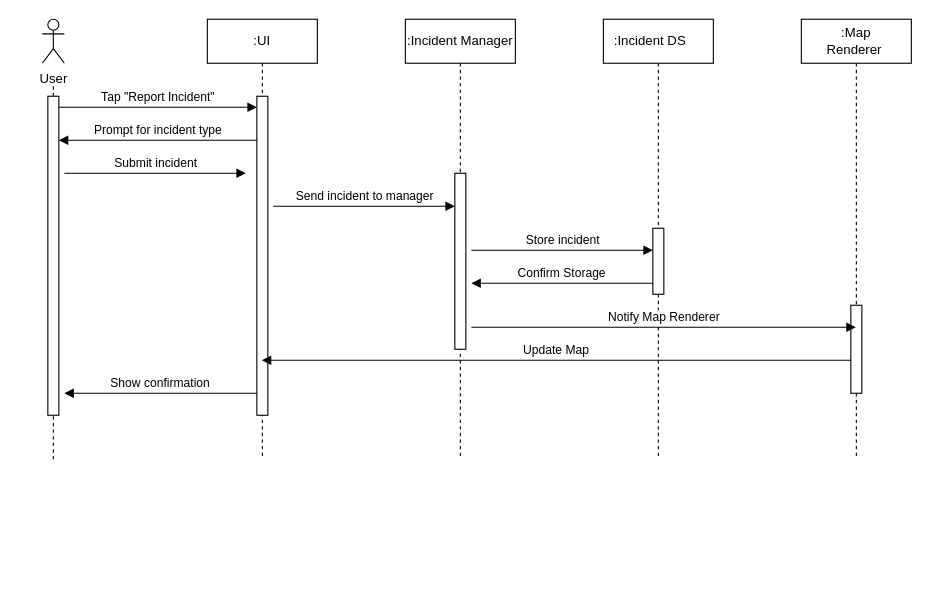
Earlier version of the draw.io diagram Diagrams/Sequence Diagrams/Félix/User-Reported Incidents.drawio (luislamy/msp). Source tidied: cells renumbered, new cells numbered last; positions are measured from the earlier drawing's top-left corner, leaving out a move shared by most shapes. Both pictures are drawn from the tidied source at 110%, with x=0, y=0 at pixel (42, 19).
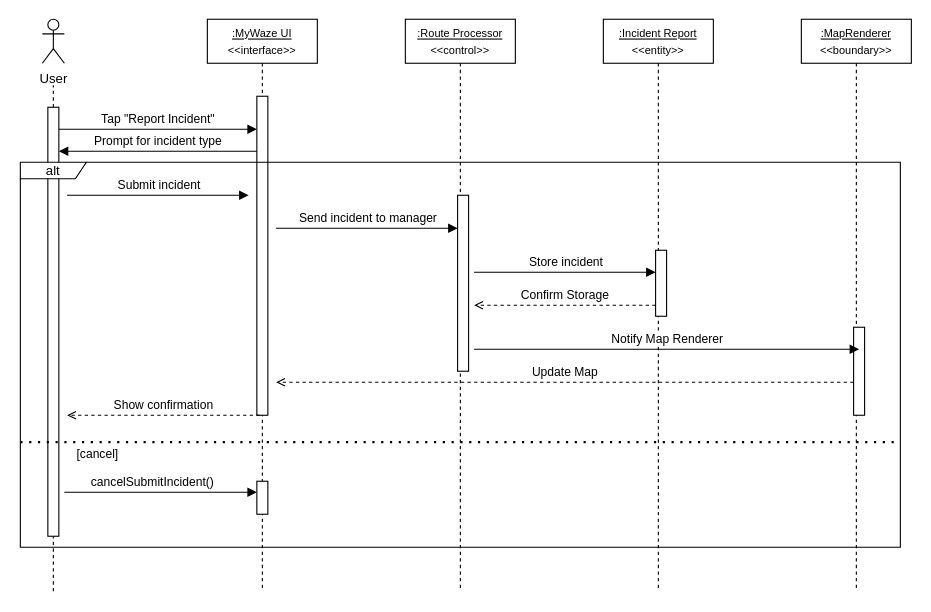
Above is the later version.

Commit message (it also covers changes not shown here):
esqueci-me de dar push

Change to the diagram source:
```diff
@@
-    <mxCell id="2" value=":UI" style="shape=umlLifeline;perimeter=lifelinePerimeter;whiteSpace=wrap;html=1;outlineConnect=0;portConstraint=eastwest;newEdgeStyle={&quot;edgeStyle&quot;:&quot;elbowEdgeStyle&quot;,&quot;elbow&quot;:&quot;vertical&quot;,&quot;curved&quot;:0,&quot;rounded&quot;:0};" parent="1" vertex="1">
-      <mxGeometry x="150" width="100" height="400" as="geometry" />
+    <mxCell id="2" value="&lt;font style=&quot;font-size: 10px;&quot;&gt;&lt;u&gt;:MyWaze UI&lt;/u&gt;&lt;/font&gt;&lt;div&gt;&lt;font style=&quot;font-size: 10px;&quot;&gt;&amp;lt;&amp;lt;interface&amp;gt;&amp;gt;&lt;/font&gt;&lt;/div&gt;" style="shape=umlLifeline;perimeter=lifelinePerimeter;whiteSpace=wrap;html=1;outlineConnect=0;portConstraint=eastwest;newEdgeStyle={&quot;edgeStyle&quot;:&quot;elbowEdgeStyle&quot;,&quot;elbow&quot;:&quot;vertical&quot;,&quot;curved&quot;:0,&quot;rounded&quot;:0};" parent="1" vertex="1">
+      <mxGeometry x="150" width="100" height="520" as="geometry" />
     </mxCell>
@@
-    <mxCell id="4" value="Tap &quot;Report Incident&quot;" style="html=1;verticalAlign=bottom;endArrow=block;edgeStyle=elbowEdgeStyle;elbow=vertical;curved=0;rounded=0;" parent="1" edge="1" source="22">
+    <mxCell id="4" value="Tap &quot;Report Incident&quot;" style="html=1;verticalAlign=bottom;endArrow=block;edgeStyle=elbowEdgeStyle;elbow=vertical;curved=0;rounded=0;" parent="1" edge="1">
       <mxGeometry relative="1" as="geometry">
-        <mxPoint x="195" y="80" as="targetPoint" />
+        <mxPoint x="15" y="100" as="sourcePoint" />
+        <mxPoint x="195" y="100" as="targetPoint" />
         <Array as="points">
-          <mxPoint x="110" y="80" />
+          <mxPoint x="110" y="100" />
         </Array>
       </mxGeometry>
     </mxCell>
-    <mxCell id="5" value="Prompt for incident type" style="html=1;verticalAlign=bottom;endArrow=block;edgeStyle=elbowEdgeStyle;elbow=vertical;curved=0;rounded=0;" parent="1" edge="1" target="22">
+    <mxCell id="5" value="Prompt for incident type" style="html=1;verticalAlign=bottom;endArrow=block;edgeStyle=elbowEdgeStyle;elbow=vertical;curved=0;rounded=0;" parent="1" edge="1">
       <mxGeometry relative="1" as="geometry">
-        <mxPoint x="195" y="110" as="sourcePoint" />
+        <mxPoint x="195" y="120" as="sourcePoint" />
+        <mxPoint x="15" y="120" as="targetPoint" />
         <Array as="points">
-          <mxPoint x="120" y="110" />
+          <mxPoint x="120" y="120" />
         </Array>
       </mxGeometry>
     </mxCell>
-    <mxCell id="6" value=":Incident Manager" style="shape=umlLifeline;perimeter=lifelinePerimeter;whiteSpace=wrap;html=1;newEdgeStyle={&quot;edgeStyle&quot;:&quot;elbowEdgeStyle&quot;,&quot;elbow&quot;:&quot;vertical&quot;,&quot;curved&quot;:0,&quot;rounded&quot;:0};" parent="1" vertex="1">
-      <mxGeometry x="330" width="100" height="400" as="geometry" />
+    <mxCell id="6" value="&lt;font style=&quot;font-size: 10px;&quot;&gt;&lt;u&gt;:&lt;/u&gt;&lt;/font&gt;&lt;span style=&quot;font-size: 10px;&quot;&gt;&lt;u&gt;Route Processor&lt;/u&gt;&lt;/span&gt;&lt;div&gt;&lt;span style=&quot;font-size: 10px;&quot;&gt;&amp;lt;&amp;lt;control&amp;gt;&amp;gt;&lt;/span&gt;&lt;/div&gt;" style="shape=umlLifeline;perimeter=lifelinePerimeter;whiteSpace=wrap;html=1;newEdgeStyle={&quot;edgeStyle&quot;:&quot;elbowEdgeStyle&quot;,&quot;elbow&quot;:&quot;vertical&quot;,&quot;curved&quot;:0,&quot;rounded&quot;:0};" parent="1" vertex="1">
+      <mxGeometry x="330" width="100" height="520" as="geometry" />
     </mxCell>
     <mxCell id="7" style="html=1;perimeter=orthogonalPerimeter;targetShapes=umlLifeline;newEdgeStyle={&quot;curved&quot;:0,&quot;rounded&quot;:0};" parent="6" vertex="1">
-      <mxGeometry x="45" y="140" width="10" height="160" as="geometry" />
+      <mxGeometry x="47.5" y="160" width="10" height="160" as="geometry" />
     </mxCell>
-    <mxCell id="8" value=":Incident DS&lt;span style=&quot;white-space: pre;&quot;&gt;&#9;&lt;/span&gt;" style="shape=umlLifeline;perimeter=lifelinePerimeter;whiteSpace=wrap;html=1;newEdgeStyle={&quot;edgeStyle&quot;:&quot;elbowEdgeStyle&quot;,&quot;elbow&quot;:&quot;vertical&quot;,&quot;curved&quot;:0,&quot;rounded&quot;:0};" parent="1" vertex="1">
-      <mxGeometry x="510" width="100" height="400" as="geometry" />
+    <mxCell id="8" value="&lt;font style=&quot;font-size: 10px;&quot;&gt;&lt;u&gt;:Incident Report&lt;/u&gt;&lt;/font&gt;&lt;div&gt;&lt;span style=&quot;font-size: 10px;&quot;&gt;&amp;lt;&amp;lt;entity&amp;gt;&amp;gt;&lt;/span&gt;&lt;/div&gt;" style="shape=umlLifeline;perimeter=lifelinePerimeter;whiteSpace=wrap;html=1;newEdgeStyle={&quot;edgeStyle&quot;:&quot;elbowEdgeStyle&quot;,&quot;elbow&quot;:&quot;vertical&quot;,&quot;curved&quot;:0,&quot;rounded&quot;:0};" parent="1" vertex="1">
+      <mxGeometry x="510" width="100" height="520" as="geometry" />
     </mxCell>
     <mxCell id="9" style="html=1;perimeter=orthogonalPerimeter;targetShapes=umlLifeline;newEdgeStyle={&quot;curved&quot;:0,&quot;rounded&quot;:0};" parent="8" vertex="1">
-      <mxGeometry x="45" y="190" width="10" height="60" as="geometry" />
+      <mxGeometry x="47.5" y="210" width="10" height="60" as="geometry" />
     </mxCell>
-    <mxCell id="10" value=":Map Renderer&lt;span style=&quot;white-space: pre;&quot;&gt;&#9;&lt;/span&gt;" style="shape=umlLifeline;perimeter=lifelinePerimeter;whiteSpace=wrap;html=1;outlineConnect=0;portConstraint=eastwest;newEdgeStyle={&quot;edgeStyle&quot;:&quot;elbowEdgeStyle&quot;,&quot;elbow&quot;:&quot;vertical&quot;,&quot;curved&quot;:0,&quot;rounded&quot;:0};" parent="1" vertex="1">
-      <mxGeometry x="690" width="100" height="400" as="geometry" />
+    <mxCell id="10" value="&lt;font style=&quot;font-size: 10px;&quot;&gt;&lt;u&gt;:MapRenderer&lt;/u&gt;&lt;/font&gt;&lt;div&gt;&lt;span style=&quot;font-size: 10px;&quot;&gt;&amp;lt;&amp;lt;boundary&amp;gt;&amp;gt;&lt;/span&gt;&lt;/div&gt;" style="shape=umlLifeline;perimeter=lifelinePerimeter;whiteSpace=wrap;html=1;outlineConnect=0;portConstraint=eastwest;newEdgeStyle={&quot;edgeStyle&quot;:&quot;elbowEdgeStyle&quot;,&quot;elbow&quot;:&quot;vertical&quot;,&quot;curved&quot;:0,&quot;rounded&quot;:0};" parent="1" vertex="1">
+      <mxGeometry x="690" width="100" height="520" as="geometry" />
     </mxCell>
     <mxCell id="11" style="html=1;perimeter=orthogonalPerimeter;targetShapes=umlLifeline;newEdgeStyle={&quot;curved&quot;:0,&quot;rounded&quot;:0};" parent="10" vertex="1">
-      <mxGeometry x="45" y="260" width="10" height="80" as="geometry" />
+      <mxGeometry x="47.5" y="280" width="10" height="80" as="geometry" />
     </mxCell>
     <mxCell id="12" value="Submit incident" style="html=1;verticalAlign=bottom;endArrow=block;edgeStyle=elbowEdgeStyle;elbow=vertical;curved=0;rounded=0;" parent="1" edge="1">
       <mxGeometry relative="1" as="geometry">
-        <mxPoint x="20" y="140" as="sourcePoint" />
-        <mxPoint x="185" y="140.2" as="targetPoint" />
+        <mxPoint x="22.5" y="160" as="sourcePoint" />
+        <mxPoint x="187.5" y="160.2" as="targetPoint" />
         <Array as="points">
-          <mxPoint x="110" y="140" />
+          <mxPoint x="112.5" y="160" />
         </Array>
       </mxGeometry>
     </mxCell>
     <mxCell id="13" value="Send incident to manager" style="html=1;verticalAlign=bottom;endArrow=block;edgeStyle=elbowEdgeStyle;elbow=vertical;curved=0;rounded=0;" parent="1" edge="1">
       <mxGeometry relative="1" as="geometry">
-        <mxPoint x="210" y="170" as="sourcePoint" />
-        <mxPoint x="375" y="170.2" as="targetPoint" />
+        <mxPoint x="212.5" y="190" as="sourcePoint" />
+        <mxPoint x="377.5" y="190.2" as="targetPoint" />
         <Array as="points">
-          <mxPoint x="300" y="170" />
+          <mxPoint x="302.5" y="190" />
         </Array>
       </mxGeometry>
     </mxCell>
     <mxCell id="14" value="Store incident" style="html=1;verticalAlign=bottom;endArrow=block;edgeStyle=elbowEdgeStyle;elbow=vertical;curved=0;rounded=0;" parent="1" edge="1">
       <mxGeometry relative="1" as="geometry">
-        <mxPoint x="390" y="210" as="sourcePoint" />
-        <mxPoint x="555" y="210.2" as="targetPoint" />
+        <mxPoint x="392.5" y="230" as="sourcePoint" />
+        <mxPoint x="557.5" y="230.2" as="targetPoint" />
         <Array as="points">
-          <mxPoint x="480" y="210" />
+          <mxPoint x="482.5" y="230" />
         </Array>
       </mxGeometry>
     </mxCell>
-    <mxCell id="15" value="Confirm Storage" style="html=1;verticalAlign=bottom;endArrow=block;edgeStyle=elbowEdgeStyle;elbow=vertical;curved=0;rounded=0;" parent="1" edge="1">
+    <mxCell id="15" value="Confirm Storage" style="html=1;verticalAlign=bottom;endArrow=open;edgeStyle=elbowEdgeStyle;elbow=vertical;curved=0;rounded=0;dashed=1;endFill=0;" parent="1" edge="1">
       <mxGeometry relative="1" as="geometry">
-        <mxPoint x="555" y="240" as="sourcePoint" />
-        <mxPoint x="390" y="240" as="targetPoint" />
+        <mxPoint x="557.5" y="260" as="sourcePoint" />
+        <mxPoint x="392.5" y="260" as="targetPoint" />
         <Array as="points">
-          <mxPoint x="480" y="240" />
+          <mxPoint x="482.5" y="260" />
         </Array>
       </mxGeometry>
     </mxCell>
-    <mxCell id="16" value="Notify Map Renderer" style="html=1;verticalAlign=bottom;endArrow=block;edgeStyle=elbowEdgeStyle;elbow=vertical;curved=0;rounded=0;" parent="1" edge="1" target="10">
+    <mxCell id="16" value="Notify Map Renderer" style="html=1;verticalAlign=bottom;endArrow=block;edgeStyle=elbowEdgeStyle;elbow=vertical;curved=0;rounded=0;" parent="1" edge="1">
       <mxGeometry relative="1" as="geometry">
-        <mxPoint x="390" y="280" as="sourcePoint" />
+        <mxPoint x="392.5" y="300" as="sourcePoint" />
+        <mxPoint x="742" y="300" as="targetPoint" />
         <Array as="points">
-          <mxPoint x="740" y="280" />
+          <mxPoint x="742.5" y="300" />
         </Array>
       </mxGeometry>
     </mxCell>
-    <mxCell id="17" value="Update Map" style="html=1;verticalAlign=bottom;endArrow=block;edgeStyle=elbowEdgeStyle;elbow=vertical;curved=0;rounded=0;" parent="1" edge="1" target="2">
+    <mxCell id="17" value="Update Map" style="html=1;verticalAlign=bottom;endArrow=open;edgeStyle=elbowEdgeStyle;elbow=vertical;curved=0;rounded=0;endFill=0;dashed=1;" parent="1" edge="1">
       <mxGeometry relative="1" as="geometry">
-        <mxPoint x="735" y="310" as="sourcePoint" />
+        <mxPoint x="737.5" y="330" as="sourcePoint" />
+        <mxPoint x="212.5" y="330" as="targetPoint" />
         <Array as="points">
-          <mxPoint x="660" y="310" />
+          <mxPoint x="662.5" y="330" />
         </Array>
       </mxGeometry>
     </mxCell>
-    <mxCell id="18" value="Show confirmation" style="html=1;verticalAlign=bottom;endArrow=block;edgeStyle=elbowEdgeStyle;elbow=vertical;curved=0;rounded=0;entryX=1.5;entryY=0.931;entryDx=0;entryDy=0;entryPerimeter=0;" parent="1" edge="1" target="22">
+    <mxCell id="18" value="Show confirmation" style="html=1;verticalAlign=bottom;endArrow=open;edgeStyle=elbowEdgeStyle;elbow=vertical;curved=0;rounded=0;entryX=1.5;entryY=0.931;entryDx=0;entryDy=0;entryPerimeter=0;dashed=1;endFill=0;" parent="1" edge="1">
       <mxGeometry relative="1" as="geometry">
-        <mxPoint x="195" y="340" as="sourcePoint" />
+        <mxPoint x="197.5" y="360" as="sourcePoint" />
+        <mxPoint x="22.5" y="360" as="targetPoint" />
         <Array as="points">
-          <mxPoint x="120" y="340" />
+          <mxPoint x="122.5" y="360" />
         </Array>
       </mxGeometry>
     </mxCell>
@@
     <mxCell id="21" style="endArrow=none;dashed=1;html=1;" parent="1" edge="1" target="22">
       <mxGeometry relative="1" as="geometry">
-        <mxPoint x="10" y="400" as="sourcePoint" />
+        <mxPoint x="10" y="470" as="sourcePoint" />
       </mxGeometry>
     </mxCell>
     <mxCell id="22" style="html=1;points=[[0,0,0,0,5],[0,1,0,0,-5],[1,0,0,0,5],[1,1,0,0,-5]];perimeter=orthogonalPerimeter;outlineConnect=0;targetShapes=umlLifeline;portConstraint=eastwest;newEdgeStyle={&quot;curved&quot;:0,&quot;rounded&quot;:0};" parent="1" vertex="1">
-      <mxGeometry x="5" y="70" width="10" height="290" as="geometry" />
+      <mxGeometry x="5" y="80" width="10" height="390" as="geometry" />
     </mxCell>
+    <mxCell id="23" value="alt" style="shape=umlFrame;whiteSpace=wrap;html=1;width=60;height=15;" parent="1" vertex="1">
+      <mxGeometry x="-20" y="130" width="800" height="350" as="geometry" />
+    </mxCell>
+    <mxCell id="24" style="endArrow=none;dashed=1;html=1;dashPattern=1 3;strokeWidth=2;rounded=0;exitX=-0.005;exitY=0.479;exitDx=0;exitDy=0;exitPerimeter=0;entryX=0.996;entryY=0.814;entryDx=0;entryDy=0;entryPerimeter=0;" parent="1" edge="1">
+      <mxGeometry relative="1" as="geometry">
+        <mxPoint x="-20" y="384.5" as="sourcePoint" />
+        <mxPoint x="776.8" y="384.5" as="targetPoint" />
+      </mxGeometry>
+    </mxCell>
+    <mxCell id="25" value="[cancel]" style="text;html=1;align=center;verticalAlign=middle;strokeColor=none;fillColor=none;fontSize=11;" parent="1" vertex="1">
+      <mxGeometry x="20" y="380" width="60" height="30" as="geometry" />
+    </mxCell>
+    <mxCell id="26" value="cancelSubmitIncident()" style="html=1;verticalAlign=bottom;endArrow=block;curved=0;rounded=0;" parent="1" edge="1" source="28">
+      <mxGeometry x="1" y="-100" relative="1" as="geometry">
+        <mxPoint x="200" y="430" as="targetPoint" />
+      </mxGeometry>
+    </mxCell>
+    <mxCell id="27" style="html=1;verticalAlign=bottom;endArrow=block;curved=0;rounded=0;" parent="1" edge="1" target="28">
+      <mxGeometry relative="1" as="geometry">
+        <mxPoint x="20" y="430" as="sourcePoint" />
+      </mxGeometry>
+    </mxCell>
+    <mxCell id="28" style="html=1;points=[[0,0,0,0,5],[0,1,0,0,-5],[1,0,0,0,5],[1,1,0,0,-5]];perimeter=orthogonalPerimeter;outlineConnect=0;targetShapes=umlLifeline;portConstraint=eastwest;newEdgeStyle={&quot;curved&quot;:0,&quot;rounded&quot;:0};" parent="1" vertex="1">
+      <mxGeometry x="195" y="420" width="10" height="30" as="geometry" />
+    </mxCell>
+    <mxCell id="29" style="endArrow=none;dashed=1;html=1;" parent="1" edge="1" target="22">
+      <mxGeometry relative="1" as="geometry">
+        <mxPoint x="10" y="520" as="sourcePoint" />
+      </mxGeometry>
+    </mxCell>
```
